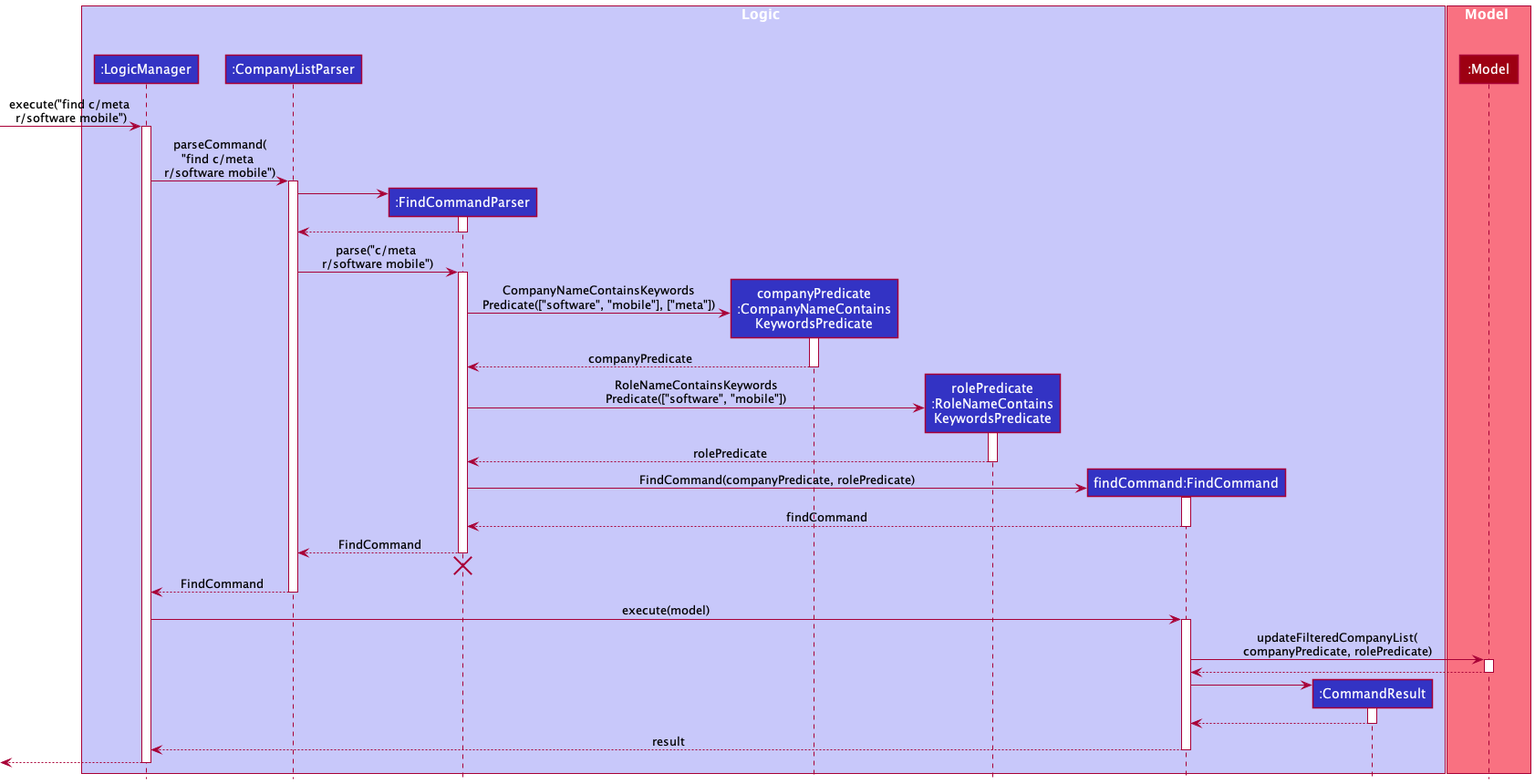
This is docs/images/FindSequenceDiagram.png from nus-cs2103-AY2122S2/tp, a PlantUML export, as it was before one commit.
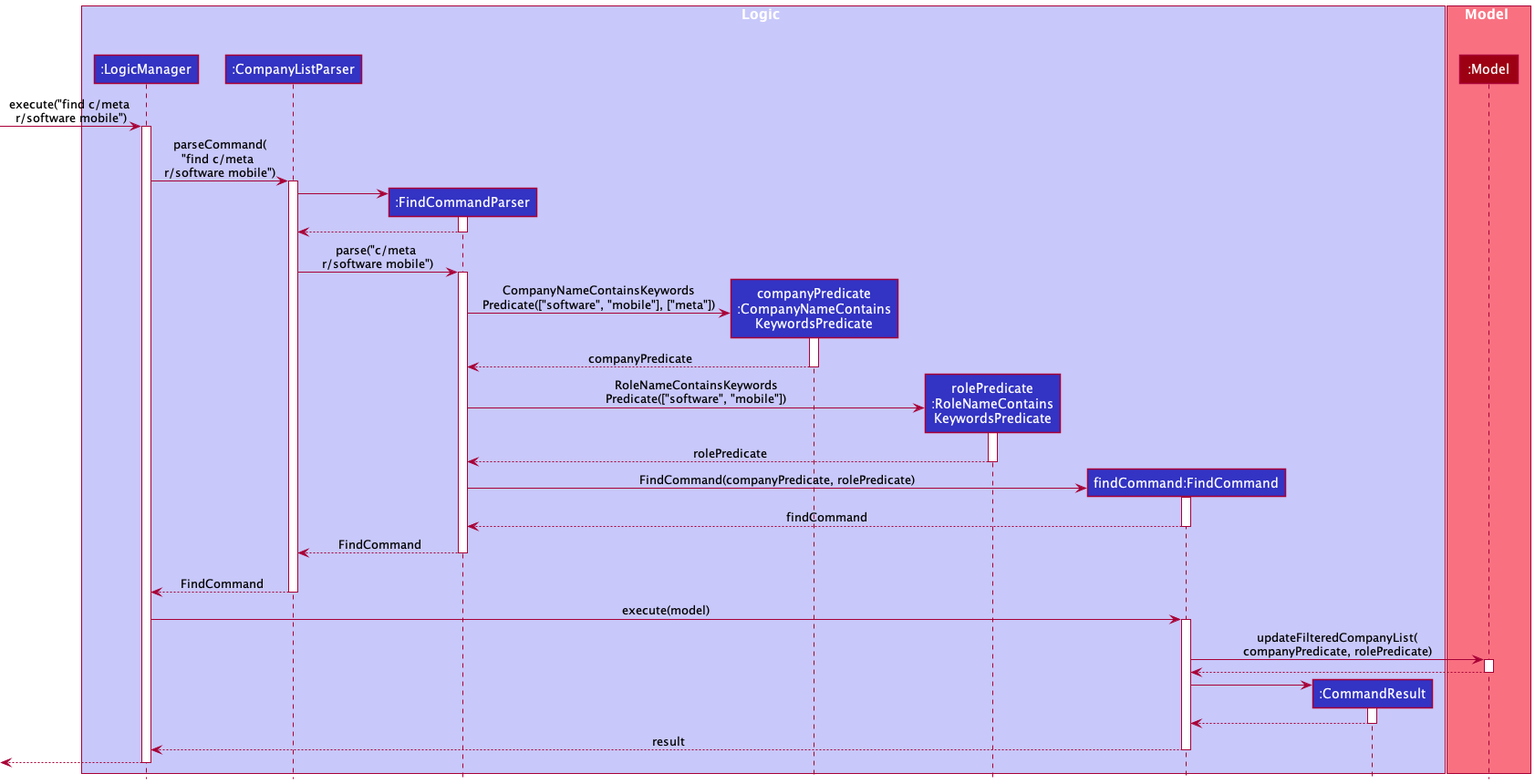
After the commit.

Commit message:
Update Find and DeleteCompany Sequence Diagrams

What changed in the source:
```diff
@@ -55,7 +55,6 @@
 FindCommandParser --> CompanyListParser : FindCommand
 deactivate FindCommandParser
 FindCommandParser -[hidden]-> CompanyListParser
-destroy FindCommandParser
 
 CompanyListParser --> LogicManager : FindCommand
 deactivate CompanyListParser
```
